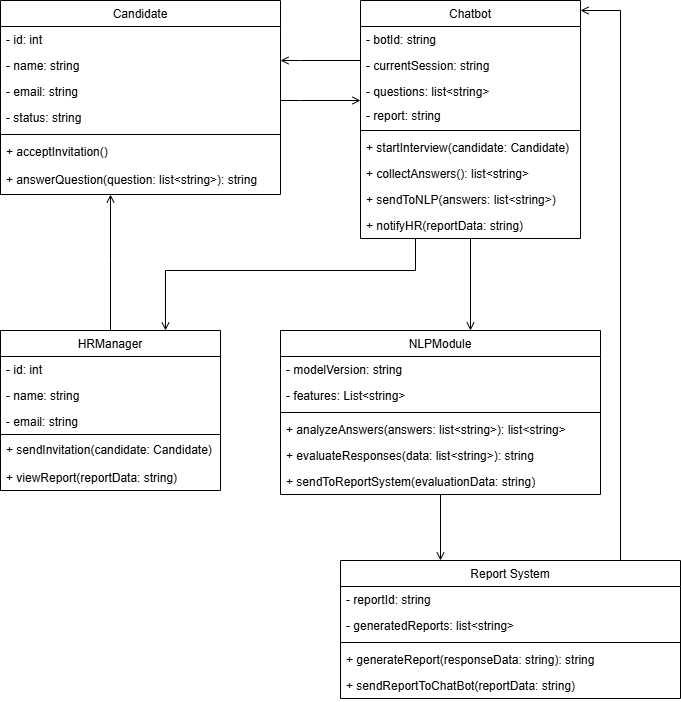
The draw.io diagram Диаграмма классов.drawio.png in Evgeny-Yakovlev73/Diagramms, before a commit. Source tidied: cells renumbered, new cells last; positions are measured from the earlier drawing's top-left corner, leaving out a move shared by most shapes. The source it was exported from:
```xml
<mxGraphModel background="#ffffff">
  <root>
    <mxCell id="0" />
    <mxCell id="1" parent="0" />
    <mxCell id="2" value="Candidate" style="swimlane;fontStyle=0;align=center;verticalAlign=top;horizontal=1;startSize=26;rounded=0;shadow=0;strokeWidth=1;" parent="1" vertex="1">
      <mxGeometry width="280" height="194" as="geometry" />
    </mxCell>
    <mxCell id="3" value="- id: int" style="text;align=left;verticalAlign=top;spacingLeft=4;spacingRight=4;overflow=hidden;" parent="2" vertex="1">
      <mxGeometry y="26" width="280" height="26" as="geometry" />
    </mxCell>
    <mxCell id="4" value="- name: string" style="text;align=left;verticalAlign=top;spacingLeft=4;spacingRight=4;overflow=hidden;rounded=0;shadow=0;html=0;" parent="2" vertex="1">
      <mxGeometry y="52" width="280" height="26" as="geometry" />
    </mxCell>
    <mxCell id="5" value="- email: string" style="text;align=left;verticalAlign=top;spacingLeft=4;spacingRight=4;overflow=hidden;rounded=0;shadow=0;html=0;" parent="2" vertex="1">
      <mxGeometry y="78" width="280" height="26" as="geometry" />
    </mxCell>
    <mxCell id="6" value="- status: string" style="text;align=left;verticalAlign=top;spacingLeft=4;spacingRight=4;overflow=hidden;rounded=0;shadow=0;html=0;" parent="2" vertex="1">
      <mxGeometry y="104" width="280" height="26" as="geometry" />
    </mxCell>
    <mxCell id="7" style="line;html=1;strokeWidth=1;align=left;verticalAlign=middle;spacingTop=-1;spacingLeft=3;spacingRight=3;labelPosition=right;" parent="2" vertex="1">
      <mxGeometry y="130" width="280" height="8" as="geometry" />
    </mxCell>
    <mxCell id="8" value="+ acceptInvitation()" style="text;align=left;verticalAlign=top;spacingLeft=4;spacingRight=4;overflow=hidden;" parent="2" vertex="1">
      <mxGeometry y="138" width="280" height="28" as="geometry" />
    </mxCell>
    <mxCell id="9" value="+ answerQuestion(question: list&lt;string&gt;): string" style="text;align=left;verticalAlign=top;spacingLeft=4;spacingRight=4;overflow=hidden;" parent="2" vertex="1">
      <mxGeometry y="166" width="280" height="28" as="geometry" />
    </mxCell>
    <mxCell id="10" value="Report System" style="swimlane;fontStyle=0;align=center;verticalAlign=top;horizontal=1;startSize=26;rounded=0;shadow=0;strokeWidth=1;" parent="1" vertex="1">
      <mxGeometry x="340" y="560" width="340" height="138" as="geometry" />
    </mxCell>
    <mxCell id="11" value="- reportId: string" style="text;align=left;verticalAlign=top;spacingLeft=4;spacingRight=4;overflow=hidden;" parent="10" vertex="1">
      <mxGeometry y="26" width="340" height="26" as="geometry" />
    </mxCell>
    <mxCell id="12" value="- generatedReports: list&lt;string&gt;" style="text;align=left;verticalAlign=top;spacingLeft=4;spacingRight=4;overflow=hidden;" parent="10" vertex="1">
      <mxGeometry y="52" width="340" height="26" as="geometry" />
    </mxCell>
    <mxCell id="13" style="line;html=1;strokeWidth=1;align=left;verticalAlign=middle;spacingTop=-1;spacingLeft=3;spacingRight=3;labelPosition=right;" parent="10" vertex="1">
      <mxGeometry y="78" width="340" height="8" as="geometry" />
    </mxCell>
    <mxCell id="14" value="+ generateReport(responseData: string): string" style="text;align=left;verticalAlign=top;spacingLeft=4;spacingRight=4;overflow=hidden;fontStyle=0;" parent="10" vertex="1">
      <mxGeometry y="86" width="340" height="26" as="geometry" />
    </mxCell>
    <mxCell id="15" value="+ sendReportToChatBot(reportData: string)" style="text;align=left;verticalAlign=top;spacingLeft=4;spacingRight=4;overflow=hidden;" parent="10" vertex="1">
      <mxGeometry y="112" width="340" height="26" as="geometry" />
    </mxCell>
    <mxCell id="16" value="Chatbot" style="swimlane;fontStyle=0;align=center;verticalAlign=top;horizontal=1;startSize=26;rounded=0;shadow=0;strokeWidth=1;" parent="1" vertex="1">
      <mxGeometry x="360" width="220" height="238" as="geometry" />
    </mxCell>
    <mxCell id="17" value="- botId: string" style="text;align=left;verticalAlign=top;spacingLeft=4;spacingRight=4;overflow=hidden;" parent="16" vertex="1">
      <mxGeometry y="26" width="220" height="26" as="geometry" />
    </mxCell>
    <mxCell id="18" value="- currentSession: string" style="text;align=left;verticalAlign=top;spacingLeft=4;spacingRight=4;overflow=hidden;labelBackgroundColor=none;" parent="16" vertex="1">
      <mxGeometry y="52" width="220" height="26" as="geometry" />
    </mxCell>
    <mxCell id="19" value="- questions: list&lt;string&gt;" style="text;align=left;verticalAlign=top;spacingLeft=4;spacingRight=4;overflow=hidden;rounded=0;shadow=0;html=0;" parent="16" vertex="1">
      <mxGeometry y="78" width="220" height="24" as="geometry" />
    </mxCell>
    <mxCell id="20" value="- report: string" style="text;align=left;verticalAlign=top;spacingLeft=4;spacingRight=4;overflow=hidden;rounded=0;shadow=0;html=0;" parent="16" vertex="1">
      <mxGeometry y="102" width="220" height="24" as="geometry" />
    </mxCell>
    <mxCell id="21" style="line;html=1;strokeWidth=1;align=left;verticalAlign=middle;spacingTop=-1;spacingLeft=3;spacingRight=3;labelPosition=right;" parent="16" vertex="1">
      <mxGeometry y="126" width="220" height="8" as="geometry" />
    </mxCell>
    <mxCell id="22" value="+ startInterview(candidate: Candidate)" style="text;align=left;verticalAlign=top;spacingLeft=4;spacingRight=4;overflow=hidden;" parent="16" vertex="1">
      <mxGeometry y="134" width="220" height="26" as="geometry" />
    </mxCell>
    <mxCell id="23" value="+ collectAnswers(): list&lt;string&gt;" style="text;align=left;verticalAlign=top;spacingLeft=4;spacingRight=4;overflow=hidden;" parent="16" vertex="1">
      <mxGeometry y="160" width="220" height="26" as="geometry" />
    </mxCell>
    <mxCell id="24" value="+ sendToNLP(answers: list&lt;string&gt;)" style="text;align=left;verticalAlign=top;spacingLeft=4;spacingRight=4;overflow=hidden;rounded=0;shadow=0;html=0;" parent="16" vertex="1">
      <mxGeometry y="186" width="220" height="26" as="geometry" />
    </mxCell>
    <mxCell id="25" value="+ notifyHR(reportData: string)" style="text;align=left;verticalAlign=top;spacingLeft=4;spacingRight=4;overflow=hidden;rounded=0;shadow=0;html=0;" parent="16" vertex="1">
      <mxGeometry y="212" width="220" height="26" as="geometry" />
    </mxCell>
    <mxCell id="26" style="endArrow=open;shadow=0;strokeWidth=1;rounded=0;curved=0;endFill=1;edgeStyle=elbowEdgeStyle;elbow=vertical;" parent="1" edge="1" source="2" target="16">
      <mxGeometry x="0.5" y="41" relative="1" as="geometry">
        <Array as="points">
          <mxPoint x="300" y="100" />
        </Array>
        <mxPoint x="-40" y="32" as="offset" />
      </mxGeometry>
    </mxCell>
    <mxCell id="27" value="NLPModule" style="swimlane;fontStyle=0;align=center;verticalAlign=top;horizontal=1;startSize=26;rounded=0;shadow=0;strokeWidth=1;" parent="1" vertex="1">
      <mxGeometry x="280" y="330" width="320" height="164" as="geometry" />
    </mxCell>
    <mxCell id="28" value="- modelVersion: string" style="text;align=left;verticalAlign=top;spacingLeft=4;spacingRight=4;overflow=hidden;fontColor=#000000;" parent="27" vertex="1">
      <mxGeometry y="26" width="320" height="26" as="geometry" />
    </mxCell>
    <mxCell id="29" value="- features: List&lt;string&gt;" style="text;align=left;verticalAlign=top;spacingLeft=4;spacingRight=4;overflow=hidden;fontColor=#000000;" parent="27" vertex="1">
      <mxGeometry y="52" width="320" height="26" as="geometry" />
    </mxCell>
    <mxCell id="30" style="line;html=1;strokeWidth=1;align=left;verticalAlign=middle;spacingTop=-1;spacingLeft=3;spacingRight=3;labelPosition=right;" parent="27" vertex="1">
      <mxGeometry y="78" width="320" height="8" as="geometry" />
    </mxCell>
    <mxCell id="31" value="+ analyzeAnswers(answers: list&lt;string&gt;): list&lt;string&gt;" style="text;align=left;verticalAlign=top;spacingLeft=4;spacingRight=4;overflow=hidden;" parent="27" vertex="1">
      <mxGeometry y="86" width="320" height="26" as="geometry" />
    </mxCell>
    <mxCell id="32" value="+ evaluateResponses(data: list&lt;string&gt;): string" style="text;align=left;verticalAlign=top;spacingLeft=4;spacingRight=4;overflow=hidden;rounded=0;shadow=0;html=0;" parent="27" vertex="1">
      <mxGeometry y="112" width="320" height="26" as="geometry" />
    </mxCell>
    <mxCell id="33" value="+ sendToReportSystem(evaluationData: string)" style="text;align=left;verticalAlign=top;spacingLeft=4;spacingRight=4;overflow=hidden;rounded=0;shadow=0;html=0;" parent="27" vertex="1">
      <mxGeometry y="138" width="320" height="26" as="geometry" />
    </mxCell>
    <mxCell id="34" style="endArrow=open;shadow=0;strokeWidth=1;rounded=0;curved=0;endFill=1;edgeStyle=elbowEdgeStyle;elbow=vertical;" parent="1" edge="1" source="16" target="27">
      <mxGeometry x="0.5" y="41" relative="1" as="geometry">
        <Array as="points">
          <mxPoint x="530" y="180" />
        </Array>
        <mxPoint x="-40" y="32" as="offset" />
      </mxGeometry>
    </mxCell>
    <mxCell id="35" style="endArrow=open;shadow=0;strokeWidth=1;rounded=0;curved=0;endFill=1;edgeStyle=elbowEdgeStyle;elbow=vertical;exitX=0.5;exitY=1;exitDx=0;exitDy=0;" parent="1" edge="1" source="27" target="10">
      <mxGeometry x="0.5" y="41" relative="1" as="geometry">
        <Array as="points">
          <mxPoint x="450" y="600" />
        </Array>
        <mxPoint x="-40" y="32" as="offset" />
      </mxGeometry>
    </mxCell>
    <mxCell id="36" value="HRManager" style="swimlane;fontStyle=0;align=center;verticalAlign=top;horizontal=1;startSize=26;rounded=0;shadow=0;strokeWidth=1;" parent="1" vertex="1">
      <mxGeometry y="330" width="220" height="160" as="geometry" />
    </mxCell>
    <mxCell id="37" value="- id: int" style="text;align=left;verticalAlign=top;spacingLeft=4;spacingRight=4;overflow=hidden;" parent="36" vertex="1">
      <mxGeometry y="26" width="220" height="26" as="geometry" />
    </mxCell>
    <mxCell id="38" value="- name: string" style="text;align=left;verticalAlign=top;spacingLeft=4;spacingRight=4;overflow=hidden;rounded=0;shadow=0;html=0;" parent="36" vertex="1">
      <mxGeometry y="52" width="220" height="26" as="geometry" />
    </mxCell>
    <mxCell id="39" value="- email: string" style="text;align=left;verticalAlign=top;spacingLeft=4;spacingRight=4;overflow=hidden;rounded=0;shadow=0;html=0;" parent="36" vertex="1">
      <mxGeometry y="78" width="220" height="24" as="geometry" />
    </mxCell>
    <mxCell id="40" style="line;html=1;strokeWidth=1;align=left;verticalAlign=middle;spacingTop=-1;spacingLeft=3;spacingRight=3;labelPosition=right;" parent="36" vertex="1">
      <mxGeometry y="102" width="220" height="4" as="geometry" />
    </mxCell>
    <mxCell id="41" value="+ sendInvitation(candidate: Candidate)" style="text;align=left;verticalAlign=top;spacingLeft=4;spacingRight=4;overflow=hidden;" parent="36" vertex="1">
      <mxGeometry y="106" width="220" height="28" as="geometry" />
    </mxCell>
    <mxCell id="42" value="+ viewReport(reportData: string)" style="text;align=left;verticalAlign=top;spacingLeft=4;spacingRight=4;overflow=hidden;" parent="36" vertex="1">
      <mxGeometry y="134" width="220" height="26" as="geometry" />
    </mxCell>
    <mxCell id="43" style="endArrow=open;shadow=0;strokeWidth=1;rounded=0;curved=0;endFill=1;edgeStyle=elbowEdgeStyle;elbow=vertical;" parent="1" edge="1" source="36" target="2">
      <mxGeometry x="0.5" y="41" relative="1" as="geometry">
        <Array as="points">
          <mxPoint x="110" y="260" />
        </Array>
        <mxPoint x="-40" y="32" as="offset" />
      </mxGeometry>
    </mxCell>
    <mxCell id="44" style="endArrow=open;shadow=0;strokeWidth=1;rounded=0;curved=0;endFill=1;edgeStyle=elbowEdgeStyle;elbow=vertical;" parent="1" edge="1" source="10" target="16">
      <mxGeometry x="0.5" y="41" relative="1" as="geometry">
        <Array as="points">
          <mxPoint x="620" y="10" />
        </Array>
        <mxPoint x="-40" y="32" as="offset" />
      </mxGeometry>
    </mxCell>
    <mxCell id="45" style="endArrow=open;shadow=0;strokeWidth=1;rounded=0;curved=0;endFill=1;edgeStyle=elbowEdgeStyle;elbow=vertical;" parent="1" edge="1" source="16" target="2">
      <mxGeometry x="0.5" y="41" relative="1" as="geometry">
        <Array as="points">
          <mxPoint x="300" y="60" />
        </Array>
        <mxPoint x="-40" y="32" as="offset" />
      </mxGeometry>
    </mxCell>
    <mxCell id="46" style="endArrow=open;shadow=0;strokeWidth=1;rounded=0;curved=0;endFill=1;edgeStyle=elbowEdgeStyle;elbow=vertical;exitX=0.25;exitY=1;exitDx=0;exitDy=0;entryX=0.75;entryY=0;entryDx=0;entryDy=0;" parent="1" edge="1" source="16" target="36">
      <mxGeometry x="0.5" y="41" relative="1" as="geometry">
        <Array as="points">
          <mxPoint x="200" y="270" />
        </Array>
        <mxPoint x="-40" y="32" as="offset" />
      </mxGeometry>
    </mxCell>
  </root>
</mxGraphModel>
```
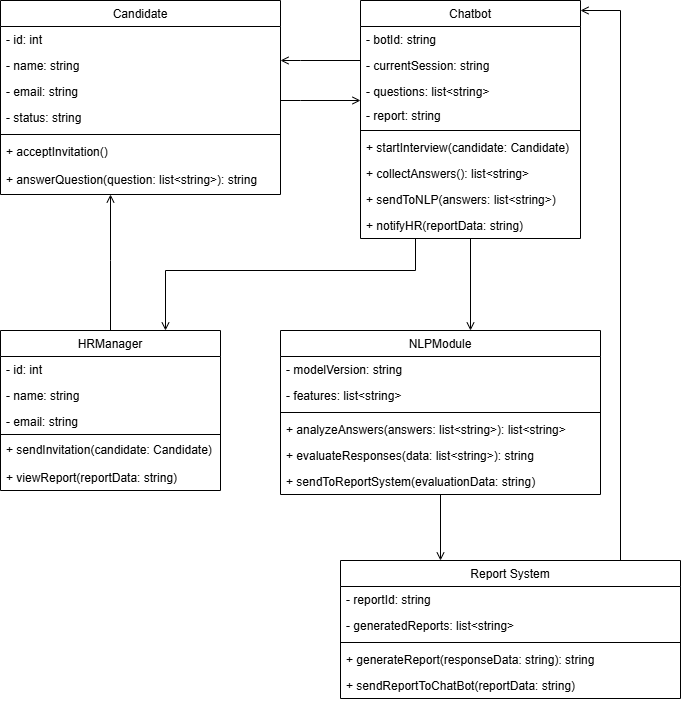
After the commit.

The edit, as a diff of the source:
```diff
@@ -88,7 +88,7 @@
     <mxCell id="28" value="- modelVersion: string" style="text;align=left;verticalAlign=top;spacingLeft=4;spacingRight=4;overflow=hidden;fontColor=#000000;" parent="27" vertex="1">
       <mxGeometry y="26" width="320" height="26" as="geometry" />
     </mxCell>
-    <mxCell id="29" value="- features: List&lt;string&gt;" style="text;align=left;verticalAlign=top;spacingLeft=4;spacingRight=4;overflow=hidden;fontColor=#000000;" parent="27" vertex="1">
+    <mxCell id="29" value="- features: list&lt;string&gt;" style="text;align=left;verticalAlign=top;spacingLeft=4;spacingRight=4;overflow=hidden;fontColor=#000000;" parent="27" vertex="1">
       <mxGeometry y="52" width="320" height="26" as="geometry" />
     </mxCell>
     <mxCell id="30" style="line;html=1;strokeWidth=1;align=left;verticalAlign=middle;spacingTop=-1;spacingLeft=3;spacingRight=3;labelPosition=right;" parent="27" vertex="1">
```
